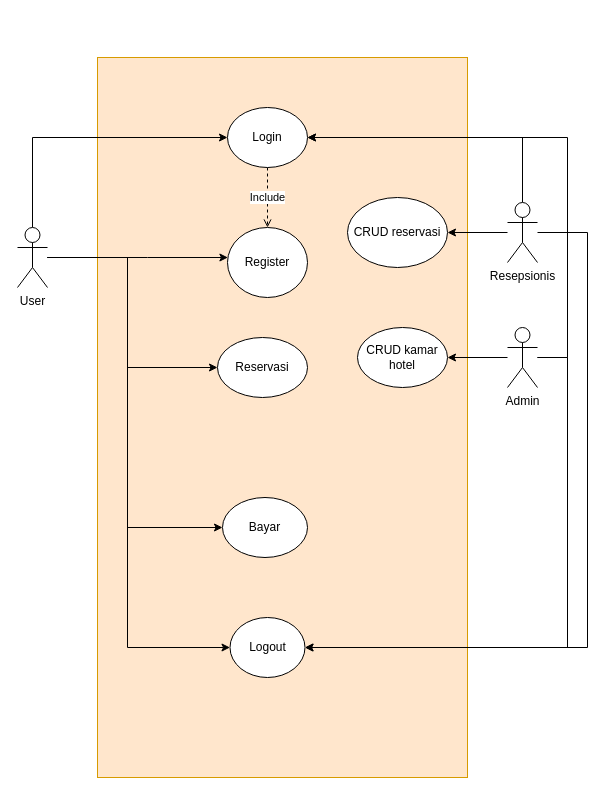
The draw.io diagram Untitled Diagram.drawio in raskolnikov64/diagram-ukk, before the edit. Source tidied: cells renumbered, new cells numbered last; positions are measured from the earlier drawing's top-left corner, leaving out a move shared by most shapes. Both pictures are drawn from the tidied source at 100%, with x=0, y=0 at pixel (17, 57).
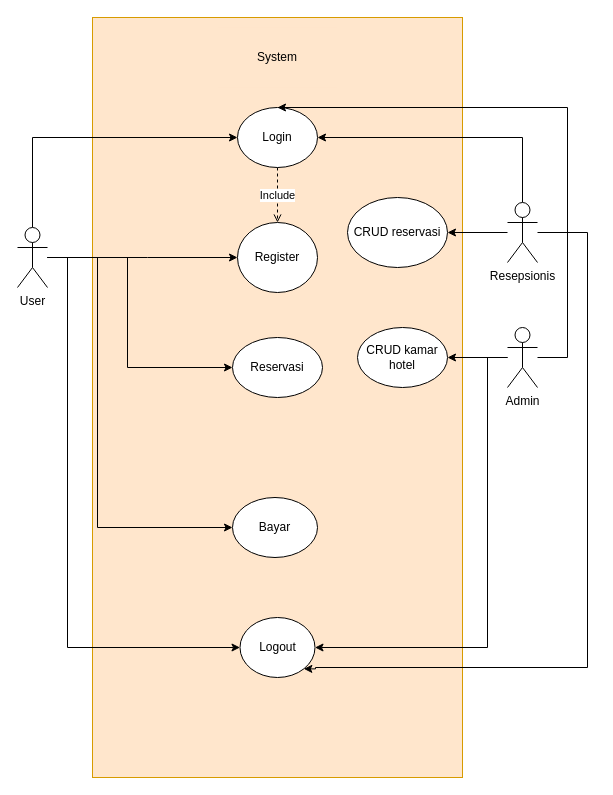
The same diagram, later.

The change refers to these unchanged cells:
```xml
<mxCell id="10" value="User&lt;br&gt;" style="shape=umlActor;verticalLabelPosition=bottom;verticalAlign=top;html=1;outlineConnect=0;" parent="1" vertex="1">
  <mxGeometry y="170" width="30" height="60" as="geometry" />
</mxCell>
<mxCell id="14" value="Admin" style="shape=umlActor;verticalLabelPosition=bottom;verticalAlign=top;html=1;outlineConnect=0;" parent="1" vertex="1">
  <mxGeometry x="490" y="270" width="30" height="60" as="geometry" />
</mxCell>
<mxCell id="18" value="Resepsionis" style="shape=umlActor;verticalLabelPosition=bottom;verticalAlign=top;html=1;outlineConnect=0;" parent="1" vertex="1">
  <mxGeometry x="490" y="145" width="30" height="60" as="geometry" />
</mxCell>
```

Diff of the diagram source:
```diff
@@
     <mxCell id="2" style="rounded=0;whiteSpace=wrap;html=1;fillColor=#ffe6cc;strokeColor=#d79b00;" parent="1" vertex="1">
-      <mxGeometry x="80" width="370" height="720" as="geometry" />
+      <mxGeometry x="75" y="-40" width="370" height="760" as="geometry" />
     </mxCell>
@@
     <mxCell id="4" value="Login" style="ellipse;whiteSpace=wrap;html=1;" parent="1" vertex="1">
-      <mxGeometry x="210" y="50" width="80" height="60" as="geometry" />
+      <mxGeometry x="220" y="50" width="80" height="60" as="geometry" />
     </mxCell>
@@
     <mxCell id="8" style="edgeStyle=orthogonalEdgeStyle;rounded=0;jettySize=auto;html=1;entryX=0;entryY=0.5;entryDx=0;entryDy=0;" parent="1" edge="1" source="10" target="24">
       <mxGeometry relative="1" as="geometry">
         <Array as="points">
-          <mxPoint x="110" y="200" />
-          <mxPoint x="110" y="470" />
+          <mxPoint x="80" y="200" />
+          <mxPoint x="80" y="470" />
         </Array>
       </mxGeometry>
     </mxCell>
     <mxCell id="9" style="edgeStyle=orthogonalEdgeStyle;rounded=0;jettySize=auto;html=1;entryX=0;entryY=0.5;entryDx=0;entryDy=0;" parent="1" edge="1" source="10" target="19">
       <mxGeometry relative="1" as="geometry">
         <Array as="points">
-          <mxPoint x="110" y="200" />
-          <mxPoint x="110" y="590" />
+          <mxPoint x="50" y="200" />
+          <mxPoint x="50" y="590" />
         </Array>
       </mxGeometry>
     </mxCell>
@@
-    <mxCell id="11" style="edgeStyle=orthogonalEdgeStyle;rounded=0;jettySize=auto;html=1;entryX=1;entryY=0.5;entryDx=0;entryDy=0;" parent="1" edge="1" source="14" target="4">
+    <mxCell id="11" style="edgeStyle=orthogonalEdgeStyle;rounded=0;jettySize=auto;html=1;" parent="1" edge="1" source="14" target="4">
       <mxGeometry relative="1" as="geometry">
         <Array as="points">
           <mxPoint x="550" y="300" />
-          <mxPoint x="550" y="80" />
+          <mxPoint x="550" y="50" />
         </Array>
       </mxGeometry>
     </mxCell>
@@
     <mxCell id="13" style="edgeStyle=orthogonalEdgeStyle;rounded=0;jettySize=auto;html=1;entryX=1;entryY=0.5;entryDx=0;entryDy=0;" parent="1" edge="1" source="14" target="19">
       <mxGeometry relative="1" as="geometry">
         <Array as="points">
-          <mxPoint x="550" y="300" />
-          <mxPoint x="550" y="590" />
+          <mxPoint x="470" y="300" />
+          <mxPoint x="470" y="590" />
         </Array>
       </mxGeometry>
     </mxCell>
@@
-    <mxCell id="17" style="edgeStyle=orthogonalEdgeStyle;rounded=0;jettySize=auto;html=1;entryX=1;entryY=0.5;entryDx=0;entryDy=0;" parent="1" edge="1" source="18" target="19">
+    <mxCell id="17" style="edgeStyle=orthogonalEdgeStyle;rounded=0;jettySize=auto;html=1;entryX=1;entryY=1;entryDx=0;entryDy=0;" parent="1" edge="1" source="18" target="19">
       <mxGeometry relative="1" as="geometry">
         <Array as="points">
           <mxPoint x="570" y="175" />
-          <mxPoint x="570" y="590" />
+          <mxPoint x="570" y="610" />
+          <mxPoint x="298" y="610" />
+          <mxPoint x="298" y="611" />
         </Array>
       </mxGeometry>
     </mxCell>
@@
     <mxCell id="19" value="Logout" style="ellipse;whiteSpace=wrap;html=1;" parent="1" vertex="1">
-      <mxGeometry x="212.5" y="560" width="75" height="60" as="geometry" />
+      <mxGeometry x="222.5" y="560" width="75" height="60" as="geometry" />
     </mxCell>
     <mxCell id="20" value="Register" style="ellipse;whiteSpace=wrap;html=1;" parent="1" vertex="1">
-      <mxGeometry x="210" y="170" width="80" height="70" as="geometry" />
+      <mxGeometry x="220" y="165" width="80" height="70" as="geometry" />
     </mxCell>
@@
     <mxCell id="23" value="Reservasi" style="ellipse;whiteSpace=wrap;html=1;" parent="1" vertex="1">
-      <mxGeometry x="200" y="280" width="90" height="60" as="geometry" />
+      <mxGeometry x="215" y="280" width="90" height="60" as="geometry" />
     </mxCell>
     <mxCell id="24" value="Bayar" style="ellipse;whiteSpace=wrap;html=1;" parent="1" vertex="1">
-      <mxGeometry x="205" y="440" width="85" height="60" as="geometry" />
+      <mxGeometry x="215" y="440" width="85" height="60" as="geometry" />
     </mxCell>
+    <mxCell id="25" value="System" style="rounded=0;whiteSpace=wrap;html=1;fillColor=#ffe6cc;strokeColor=none;" parent="1" vertex="1">
+      <mxGeometry x="200" y="-30" width="120" height="60" as="geometry" />
+    </mxCell>
```
